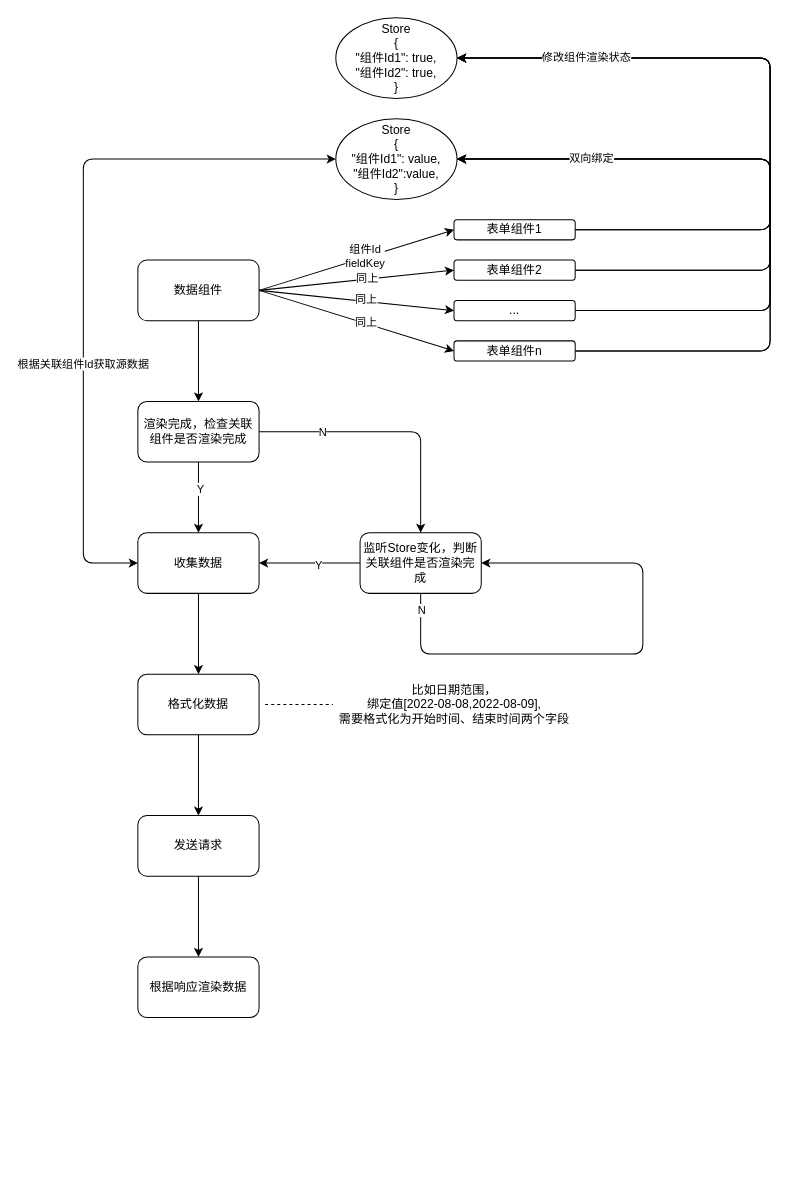
couuas/tricys_goview keeps this draw.io diagram as 数据收集模块设计.drawio. Above is the earlier version. Source tidied: cells renumbered, new cells numbered last; positions are measured from the earlier drawing's top-left corner, leaving out a move shared by most shapes. Both pictures are drawn from the tidied source at 101%, with x=0, y=0 at pixel (83, 17).
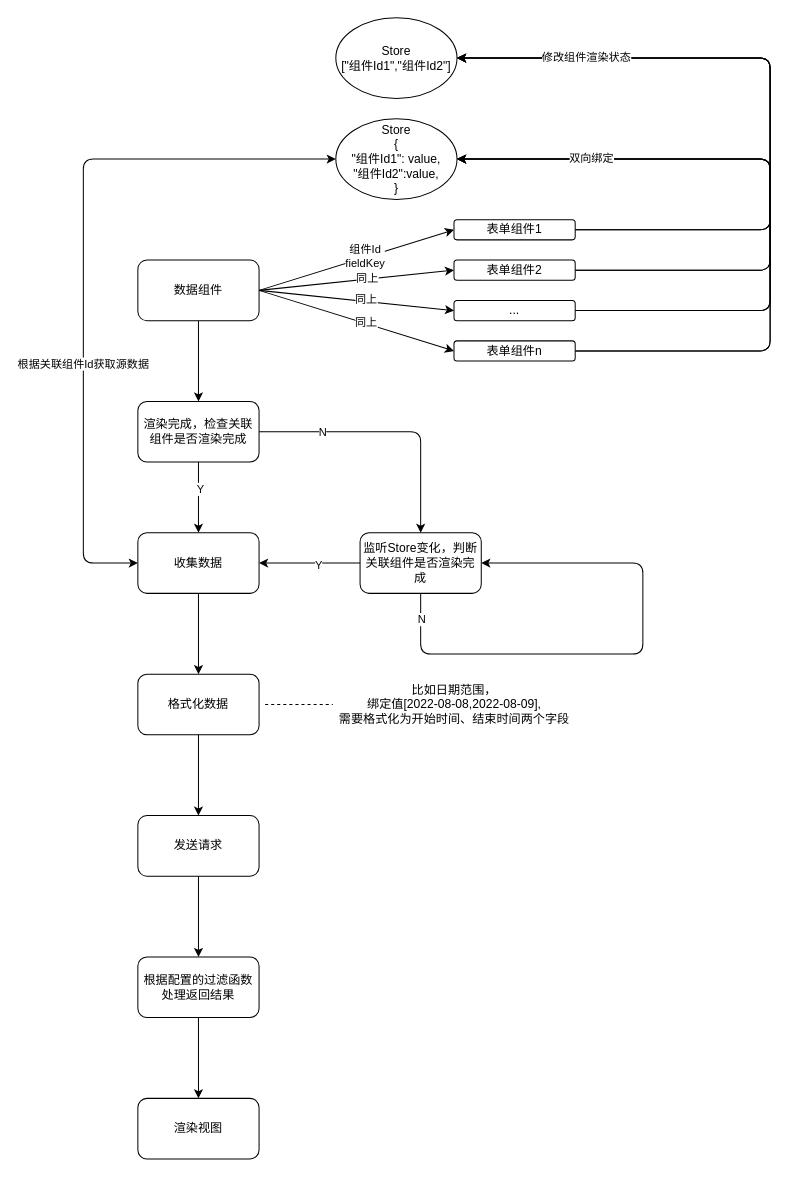
After the change.

Commit message (it also covers changes not shown here):
docs: 数据收集模块设计

The change refers to these unchanged cells:
```xml
<mxCell id="36" style="edgeStyle=none;html=1;exitX=0.5;exitY=1;exitDx=0;exitDy=0;entryX=1;entryY=0.5;entryDx=0;entryDy=0;" parent="1" edge="1" source="38" target="38">
  <mxGeometry relative="1" as="geometry">
    <Array as="points">
      <mxPoint x="334" y="630" />
      <mxPoint x="554" y="630" />
      <mxPoint x="554" y="540" />
    </Array>
  </mxGeometry>
</mxCell>
```

The edit, as a diff of the source:
```diff
@@
-    <mxCell id="26" value="Store&lt;br&gt;{&lt;br&gt;&quot;组件Id1&quot;: true,&lt;br&gt;&quot;组件Id2&quot;: true,&lt;br&gt;}" style="ellipse;whiteSpace=wrap;html=1;" parent="1" vertex="1">
+    <mxCell id="26" value="Store&lt;br&gt;[&quot;组件Id1&quot;,&quot;组件Id2&quot;]" style="ellipse;whiteSpace=wrap;html=1;" parent="1" vertex="1">
       <mxGeometry x="250" width="120" height="80" as="geometry" />
     </mxCell>
@@
     <mxCell id="37" value="N" style="edgeLabel;html=1;align=center;verticalAlign=middle;" parent="36" vertex="1">
-      <mxGeometry x="-0.94" relative="1" as="geometry" />
+      <mxGeometry x="-0.94" relative="1" as="geometry">
+        <mxPoint y="9" as="offset" />
+      </mxGeometry>
     </mxCell>
@@
+    <mxCell id="49" style="edgeStyle=none;html=1;" parent="1" edge="1" source="43" target="50">
+      <mxGeometry relative="1" as="geometry" />
+    </mxCell>
-    <mxCell id="43" value="根据响应渲染数据" style="rounded=1;whiteSpace=wrap;html=1;" parent="1" vertex="1">
+    <mxCell id="43" value="根据配置的过滤函数处理返回结果" style="rounded=1;whiteSpace=wrap;html=1;" parent="1" vertex="1">
       <mxGeometry x="54" y="930" width="120" height="60" as="geometry" />
     </mxCell>
@@
+    <mxCell id="50" value="渲染视图" style="rounded=1;whiteSpace=wrap;html=1;" parent="1" vertex="1">
+      <mxGeometry x="54" y="1070" width="120" height="60" as="geometry" />
+    </mxCell>
```
